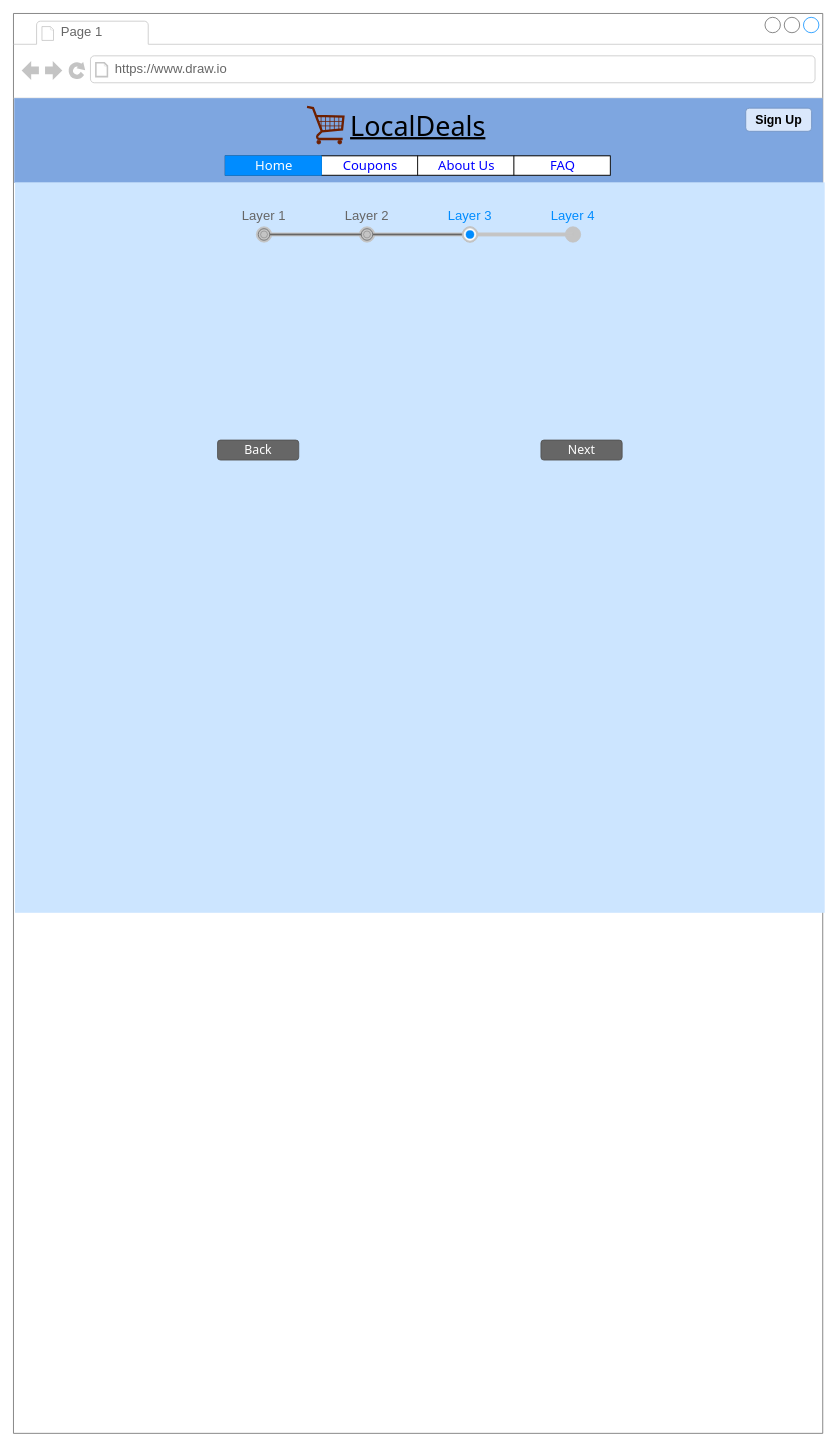
Earlier version of the draw.io diagram page "Business Sign up" (4 of 8) of coupon.drawio (EsmeraldaAca/UIDesign). Source tidied: cells renumbered, new cells numbered last; positions are measured from the earlier drawing's top-left corner, leaving out a move shared by most shapes. Both pictures are drawn from the tidied source at 77%, with x=0, y=0 at pixel (13, 13).
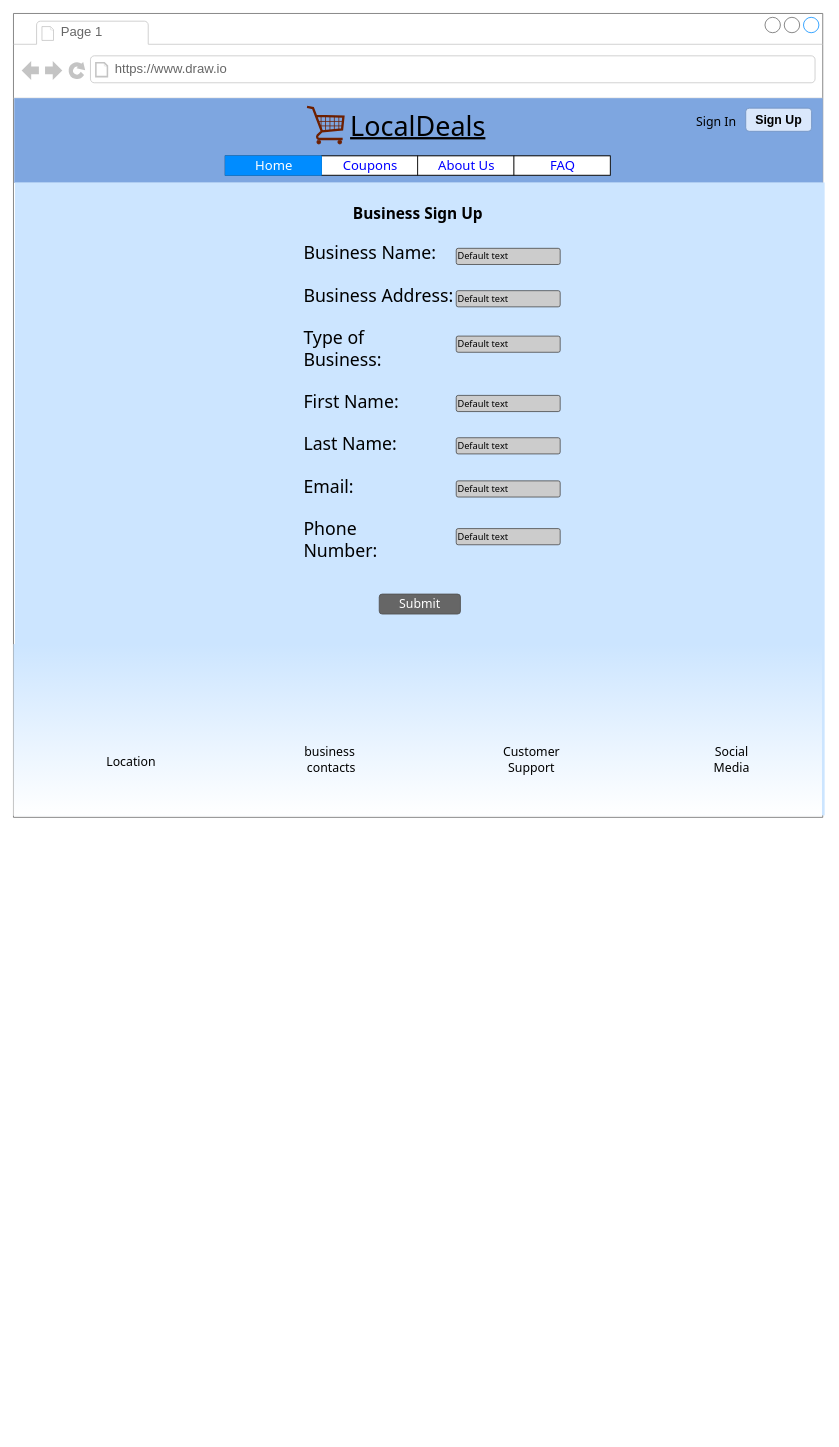
The same diagram, later.

The edit, as a diff of the source:
```diff
@@
     <mxCell id="2" style="strokeWidth=1;shadow=0;dashed=0;align=center;html=1;shape=mxgraph.mockup.containers.browserWindow;rSize=0;strokeColor=#666666;strokeColor2=#008cff;strokeColor3=#c4c4c4;mainText=,;" parent="1" vertex="1">
-      <mxGeometry width="1051" height="1844" as="geometry" />
+      <mxGeometry width="1051" height="1044" as="geometry" />
     </mxCell>
@@
     <mxCell id="14" style="rounded=0;whiteSpace=wrap;html=1;shadow=0;labelBackgroundColor=none;labelBorderColor=none;fontFamily=Tahoma;fontSize=35;strokeColor=none;strokeWidth=26;fillColor=#cce5ff;rotation=-90;" parent="2" vertex="1">
-      <mxGeometry x="53.5" y="167.9" width="948.6" height="1051.5" as="geometry" />
+      <mxGeometry x="116.7" y="104.7" width="822" height="1051.5" as="geometry" />
     </mxCell>
-    <mxCell id="15" style="strokeWidth=1;shadow=0;dashed=0;align=center;html=1;shape=mxgraph.mockup.navigation.stepBar;strokeColor=#c4c4c4;textColor=#666666;textColor2=#008cff;mainText=Layer 1,Layer 2,+Layer 3,Layer 4;textSize=17;fillColor=#666666;overflow=fill;fontSize=17;fontColor=#666666;labelBackgroundColor=none;labelBorderColor=none;fontFamily=Tahoma;" parent="2" vertex="1">
-      <mxGeometry x="258.5" y="253" width="535" height="86" as="geometry" />
-    </mxCell>
-    <mxCell id="16" value="&lt;font style=&quot;font-size: 16px;&quot;&gt;Next&lt;/font&gt;" style="rounded=1;html=1;shadow=0;dashed=0;whiteSpace=wrap;fontSize=10;fillColor=#666666;align=center;strokeColor=#4D4D4D;fontColor=#ffffff;labelBackgroundColor=none;labelBorderColor=none;fontFamily=Tahoma;" parent="2" vertex="1">
-      <mxGeometry x="685" y="554" width="105.5" height="26" as="geometry" />
+    <mxCell id="16" value="&lt;font style=&quot;font-size: 16px;&quot;&gt;Submit&lt;/font&gt;" style="rounded=1;html=1;shadow=0;dashed=0;whiteSpace=wrap;fontSize=10;fillColor=#666666;align=center;strokeColor=#4D4D4D;fontColor=#ffffff;labelBackgroundColor=none;labelBorderColor=none;fontFamily=Tahoma;" parent="2" vertex="1">
+      <mxGeometry x="475" y="754" width="105.5" height="26" as="geometry" />
     </mxCell>
-    <mxCell id="17" value="&lt;font style=&quot;font-size: 16px;&quot;&gt;Back&lt;/font&gt;" style="rounded=1;html=1;shadow=0;dashed=0;whiteSpace=wrap;fontSize=10;fillColor=#666666;align=center;strokeColor=#4D4D4D;fontColor=#ffffff;labelBackgroundColor=none;labelBorderColor=none;fontFamily=Tahoma;" parent="2" vertex="1">
-      <mxGeometry x="265" y="554" width="105.5" height="26" as="geometry" />
-    </mxCell>
+    <mxCell id="18" value="&lt;font style=&quot;font-size: 23px;&quot;&gt;Business Name:&lt;br&gt;&lt;br&gt;Business Address:&lt;br&gt;&lt;br&gt;Type of &lt;br&gt;Business:&lt;br&gt;&lt;br&gt;First Name:&lt;br&gt;&lt;br&gt;Last Name:&lt;br&gt;&lt;br&gt;Email:&lt;br&gt;&lt;br&gt;Phone &lt;br&gt;Number:&lt;br&gt;&lt;/font&gt;" style="text;html=1;align=left;verticalAlign=middle;fillColor=none;strokeColor=none;rounded=0;shadow=0;labelBackgroundColor=none;labelBorderColor=none;fontFamily=Tahoma;fontSize=16;fontColor=#000000;" parent="2" vertex="1">
+      <mxGeometry x="375" y="344" width="200" height="320" as="geometry" />
+    </mxCell>
+    <mxCell id="19" value="&lt;b&gt;Business Sign Up&lt;/b&gt;" style="text;html=1;strokeColor=none;fillColor=none;align=center;verticalAlign=middle;whiteSpace=wrap;rounded=0;shadow=1;labelBackgroundColor=none;labelBorderColor=none;fontFamily=Tahoma;fontSize=20;fontColor=none;" parent="2" vertex="1">
+      <mxGeometry x="424" y="244" width="203" height="30" as="geometry" />
+    </mxCell>
+    <mxCell id="20" value="&lt;font style=&quot;font-size: 12px;&quot;&gt;Default text&lt;/font&gt;" style="strokeWidth=1;html=1;shadow=0;dashed=0;shape=mxgraph.ios.iTextInput;strokeColor=#444444;buttonText=;fontSize=8;whiteSpace=wrap;align=left;labelBackgroundColor=none;labelBorderColor=none;fontFamily=Tahoma;fontColor=none;fillColor=#CCCCCC;gradientColor=none;gradientDirection=north;" parent="1" vertex="1">
+      <mxGeometry x="575" y="305" width="135" height="21" as="geometry" />
+    </mxCell>
+    <mxCell id="21" value="&lt;font style=&quot;font-size: 12px;&quot;&gt;Default text&lt;/font&gt;" style="strokeWidth=1;html=1;shadow=0;dashed=0;shape=mxgraph.ios.iTextInput;strokeColor=#444444;buttonText=;fontSize=8;whiteSpace=wrap;align=left;labelBackgroundColor=none;labelBorderColor=none;fontFamily=Tahoma;fontColor=none;fillColor=#CCCCCC;gradientColor=none;gradientDirection=north;" parent="1" vertex="1">
+      <mxGeometry x="575" y="360" width="135" height="21" as="geometry" />
+    </mxCell>
+    <mxCell id="22" value="&lt;font style=&quot;font-size: 12px;&quot;&gt;Default text&lt;/font&gt;" style="strokeWidth=1;html=1;shadow=0;dashed=0;shape=mxgraph.ios.iTextInput;strokeColor=#444444;buttonText=;fontSize=8;whiteSpace=wrap;align=left;labelBackgroundColor=none;labelBorderColor=none;fontFamily=Tahoma;fontColor=none;fillColor=#CCCCCC;gradientColor=none;gradientDirection=north;" parent="1" vertex="1">
+      <mxGeometry x="575" y="419" width="135" height="21" as="geometry" />
+    </mxCell>
+    <mxCell id="23" value="&lt;font style=&quot;font-size: 12px;&quot;&gt;Default text&lt;/font&gt;" style="strokeWidth=1;html=1;shadow=0;dashed=0;shape=mxgraph.ios.iTextInput;strokeColor=#444444;buttonText=;fontSize=8;whiteSpace=wrap;align=left;labelBackgroundColor=none;labelBorderColor=none;fontFamily=Tahoma;fontColor=none;fillColor=#CCCCCC;gradientColor=none;gradientDirection=north;" parent="1" vertex="1">
+      <mxGeometry x="575" y="496" width="135" height="21" as="geometry" />
+    </mxCell>
+    <mxCell id="24" value="&lt;font style=&quot;font-size: 12px;&quot;&gt;Default text&lt;/font&gt;" style="strokeWidth=1;html=1;shadow=0;dashed=0;shape=mxgraph.ios.iTextInput;strokeColor=#444444;buttonText=;fontSize=8;whiteSpace=wrap;align=left;labelBackgroundColor=none;labelBorderColor=none;fontFamily=Tahoma;fontColor=none;fillColor=#CCCCCC;gradientColor=none;gradientDirection=north;" parent="1" vertex="1">
+      <mxGeometry x="575" y="551" width="135" height="21" as="geometry" />
+    </mxCell>
+    <mxCell id="25" value="&lt;font style=&quot;font-size: 12px;&quot;&gt;Default text&lt;/font&gt;" style="strokeWidth=1;html=1;shadow=0;dashed=0;shape=mxgraph.ios.iTextInput;strokeColor=#444444;buttonText=;fontSize=8;whiteSpace=wrap;align=left;labelBackgroundColor=none;labelBorderColor=none;fontFamily=Tahoma;fontColor=none;fillColor=#CCCCCC;gradientColor=none;gradientDirection=north;" parent="1" vertex="1">
+      <mxGeometry x="575" y="607" width="135" height="21" as="geometry" />
+    </mxCell>
+    <mxCell id="26" value="&lt;font style=&quot;font-size: 12px;&quot;&gt;Default text&lt;/font&gt;" style="strokeWidth=1;html=1;shadow=0;dashed=0;shape=mxgraph.ios.iTextInput;strokeColor=#444444;buttonText=;fontSize=8;whiteSpace=wrap;align=left;labelBackgroundColor=none;labelBorderColor=none;fontFamily=Tahoma;fontColor=none;fillColor=#CCCCCC;gradientColor=none;gradientDirection=north;" parent="1" vertex="1">
+      <mxGeometry x="575" y="669" width="135" height="21" as="geometry" />
+    </mxCell>
+    <mxCell id="27" style="rounded=0;whiteSpace=wrap;html=1;shadow=0;labelBackgroundColor=none;labelBorderColor=none;fontFamily=Tahoma;fontSize=35;strokeColor=none;strokeWidth=26;fillColor=#cce5ff;gradientDirection=south;gradientColor=#ffffff;" parent="1" vertex="1">
+      <mxGeometry y="819" width="1050" height="223" as="geometry" />
+    </mxCell>
+    <mxCell id="28" value="&lt;span style=&quot;font-size: 16px;&quot;&gt;Location&lt;/span&gt;" style="text;html=1;strokeColor=none;fillColor=none;align=center;verticalAlign=middle;whiteSpace=wrap;rounded=0;shadow=0;labelBackgroundColor=none;labelBorderColor=none;fontFamily=Tahoma;fontSize=24;fontColor=#000000;" parent="1" vertex="1">
+      <mxGeometry x="123" y="954" width="60" height="30" as="geometry" />
+    </mxCell>
+    <mxCell id="29" value="business&amp;nbsp; contacts" style="text;html=1;strokeColor=none;fillColor=none;align=center;verticalAlign=middle;whiteSpace=wrap;rounded=0;shadow=0;labelBackgroundColor=none;labelBorderColor=none;fontFamily=Tahoma;fontSize=16;fontColor=#000000;" parent="1" vertex="1">
+      <mxGeometry x="383" y="954" width="60" height="30" as="geometry" />
+    </mxCell>
+    <mxCell id="30" value="Social Media" style="text;html=1;strokeColor=none;fillColor=none;align=center;verticalAlign=middle;whiteSpace=wrap;rounded=0;shadow=0;labelBackgroundColor=none;labelBorderColor=none;fontFamily=Tahoma;fontSize=16;fontColor=#000000;" parent="1" vertex="1">
+      <mxGeometry x="903" y="954" width="60" height="30" as="geometry" />
+    </mxCell>
+    <mxCell id="31" value="Customer Support" style="text;html=1;strokeColor=none;fillColor=none;align=center;verticalAlign=middle;whiteSpace=wrap;rounded=0;shadow=0;labelBackgroundColor=none;labelBorderColor=none;fontFamily=Tahoma;fontSize=16;fontColor=#000000;" parent="1" vertex="1">
+      <mxGeometry x="643" y="954" width="60" height="30" as="geometry" />
+    </mxCell>
+    <mxCell id="32" value="&lt;font style=&quot;font-size: 16px;&quot;&gt;Sign In&lt;/font&gt;" style="text;html=1;strokeColor=none;fillColor=none;align=center;verticalAlign=middle;whiteSpace=wrap;rounded=0;shadow=0;labelBackgroundColor=none;labelBorderColor=none;fontFamily=Tahoma;fontSize=24;fontColor=none;" parent="1" vertex="1">
+      <mxGeometry x="883" y="122" width="60" height="30" as="geometry" />
+    </mxCell>
```
